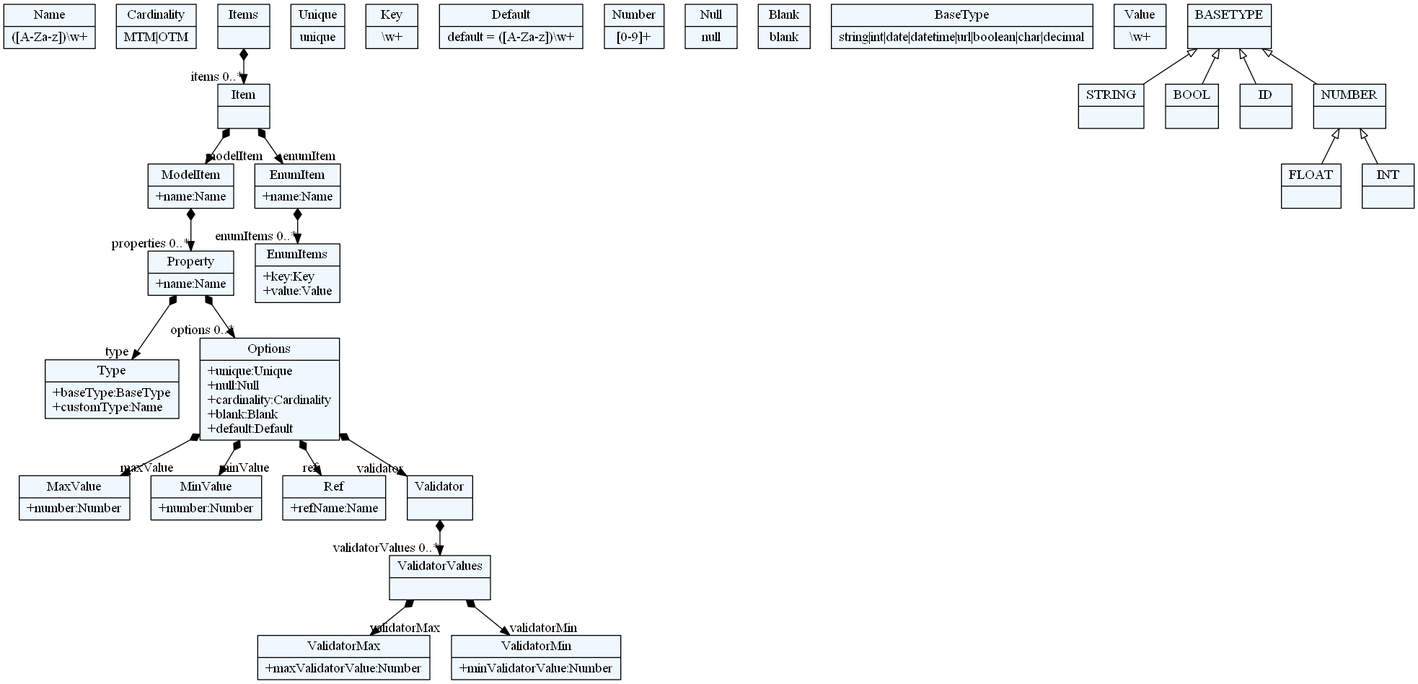
This is Generator/test_meta.png from sergiosuperstar/FTN-MBRS, a Graphviz export, as it was before one commit. Its source is kept beside it as Generator/test_meta.dot. Source of this version:
```dot
    digraph xtext {
    fontname = "Bitstream Vera Sans"
    fontsize = 8
    node[
        shape=record,
        style=filled,
        fillcolor=aliceblue
    ]
    nodesep = 0.3
    edge[dir=black,arrowtail=empty]


60064688[ label="{Name|([A-Za-z])\\w+}"]

60065584[ label="{Cardinality|MTM\|OTM}"]

59857136 -> 60039664[arrowtail=diamond, dir=both, headlabel="properties 0..*"]
59857136[ label="{ModelItem|+name:Name\l}"]

60040112[ label="{Type|+baseType:BaseType\l+customType:Name\l}"]

60039664 -> 60040112[arrowtail=diamond, dir=both, headlabel="type "]
60039664 -> 60041008[arrowtail=diamond, dir=both, headlabel="options 0..*"]
60039664[ label="{Property|+name:Name\l}"]

59856240 -> 59856688[arrowtail=diamond, dir=both, headlabel="items 0..*"]
59856240[ label="{Items|}"]

60041456[ label="{Unique|unique}"]

60041008 -> 60042800[arrowtail=diamond, dir=both, headlabel="maxValue "]
60041008 -> 60063792[arrowtail=diamond, dir=both, headlabel="minValue "]
60041008 -> 60065136[arrowtail=diamond, dir=both, headlabel="ref "]
60041008 -> 60066032[arrowtail=diamond, dir=both, headlabel="validator "]
60041008[ label="{Options|+unique:Unique\l+null:Null\l+cardinality:Cardinality\l+blank:Blank\l+default:Default\l}"]

60066480 -> 60066928[arrowtail=diamond, dir=both, headlabel="validatorMax "]
60066480 -> 60067376[arrowtail=diamond, dir=both, headlabel="validatorMin "]
60066480[ label="{ValidatorValues|}"]

59858480[ label="{Key|\\w+}"]

60080176[ label="{Default|default = ([A-Za-z])\\w+}"]

59858032[ label="{EnumItems|+key:Key\l+value:Value\l}"]

60065136[ label="{Ref|+refName:Name\l}"]

60064240[ label="{Number|[0-9]+}"]

60066032 -> 60066480[arrowtail=diamond, dir=both, headlabel="validatorValues 0..*"]
60066032[ label="{Validator|}"]

60041904[ label="{Null|null}"]

60042352[ label="{Blank|blank}"]

60040560[ label="{BaseType|string\|int\|date\|datetime\|url\|boolean\|char\|decimal}"]

59856688 -> 59857136[arrowtail=diamond, dir=both, headlabel="modelItem "]
59856688 -> 59857584[arrowtail=diamond, dir=both, headlabel="enumItem "]
59856688[ label="{Item|}"]

59857584 -> 59858032[arrowtail=diamond, dir=both, headlabel="enumItems 0..*"]
59857584[ label="{EnumItem|+name:Name\l}"]

60039216[ label="{Value|\\w+}"]

60066928[ label="{ValidatorMax|+maxValidatorValue:Number\l}"]

60067376[ label="{ValidatorMin|+minValidatorValue:Number\l}"]

60063792[ label="{MinValue|+number:Number\l}"]

60042800[ label="{MaxValue|+number:Number\l}"]

59849392[ label="{STRING|}"]

59854896[ label="{FLOAT|}"]

59849840[ label="{BOOL|}"]

59850288[ label="{INT|}"]

59848944[ label="{ID|}"]

59855792[ label="{BASETYPE|}"]
59855792 -> 59855344 [dir=back]
59855792 -> 59849840 [dir=back]
59855792 -> 59848944 [dir=back]
59855792 -> 59849392 [dir=back]

59855344[ label="{NUMBER|}"]
59855344 -> 59854896 [dir=back]
59855344 -> 59850288 [dir=back]


}
```
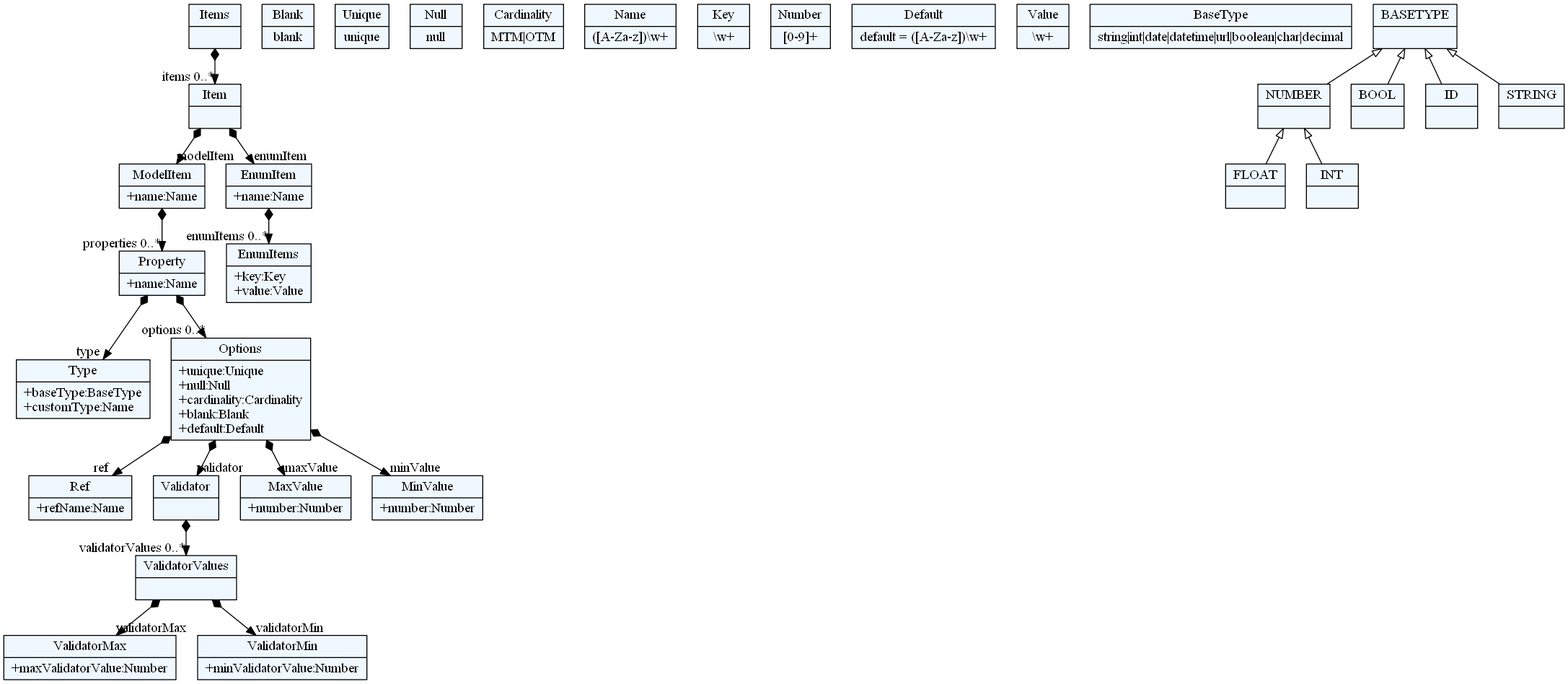
After the change.

What changed in the source:
```diff
@@ -10,89 +10,89 @@
     edge[dir=black,arrowtail=empty]
 
 
-60064688[ label="{Name|([A-Za-z])\\w+}"]
+56311856 -> 56314096[arrowtail=diamond, dir=both, headlabel="properties 0..*"]
+56311856[ label="{ModelItem|+name:Name\l}"]
 
-60065584[ label="{Cardinality|MTM\|OTM}"]
+56314096 -> 56314544[arrowtail=diamond, dir=both, headlabel="type "]
+56314096 -> 56315440[arrowtail=diamond, dir=both, headlabel="options 0..*"]
+56314096[ label="{Property|+name:Name\l}"]
 
-59857136 -> 60039664[arrowtail=diamond, dir=both, headlabel="properties 0..*"]
-59857136[ label="{ModelItem|+name:Name\l}"]
+56333232[ label="{Blank|blank}"]
 
-60040112[ label="{Type|+baseType:BaseType\l+customType:Name\l}"]
+56029232 -> 56311856[arrowtail=diamond, dir=both, headlabel="modelItem "]
+56029232 -> 56312304[arrowtail=diamond, dir=both, headlabel="enumItem "]
+56029232[ label="{Item|}"]
 
-60039664 -> 60040112[arrowtail=diamond, dir=both, headlabel="type "]
-60039664 -> 60041008[arrowtail=diamond, dir=both, headlabel="options 0..*"]
-60039664[ label="{Property|+name:Name\l}"]
+56332336[ label="{Unique|unique}"]
 
-59856240 -> 59856688[arrowtail=diamond, dir=both, headlabel="items 0..*"]
-59856240[ label="{Items|}"]
+56332784[ label="{Null|null}"]
 
-60041456[ label="{Unique|unique}"]
+56335472[ label="{Ref|+refName:Name\l}"]
 
-60041008 -> 60042800[arrowtail=diamond, dir=both, headlabel="maxValue "]
-60041008 -> 60063792[arrowtail=diamond, dir=both, headlabel="minValue "]
-60041008 -> 60065136[arrowtail=diamond, dir=both, headlabel="ref "]
-60041008 -> 60066032[arrowtail=diamond, dir=both, headlabel="validator "]
-60041008[ label="{Options|+unique:Unique\l+null:Null\l+cardinality:Cardinality\l+blank:Blank\l+default:Default\l}"]
+56344624 -> 56345072[arrowtail=diamond, dir=both, headlabel="validatorValues 0..*"]
+56344624[ label="{Validator|}"]
 
-60066480 -> 60066928[arrowtail=diamond, dir=both, headlabel="validatorMax "]
-60066480 -> 60067376[arrowtail=diamond, dir=both, headlabel="validatorMin "]
-60066480[ label="{ValidatorValues|}"]
+56315440 -> 56333680[arrowtail=diamond, dir=both, headlabel="maxValue "]
+56315440 -> 56334128[arrowtail=diamond, dir=both, headlabel="minValue "]
+56315440 -> 56335472[arrowtail=diamond, dir=both, headlabel="ref "]
+56315440 -> 56344624[arrowtail=diamond, dir=both, headlabel="validator "]
+56315440[ label="{Options|+unique:Unique\l+null:Null\l+cardinality:Cardinality\l+blank:Blank\l+default:Default\l}"]
 
-59858480[ label="{Key|\\w+}"]
+56312304 -> 56312752[arrowtail=diamond, dir=both, headlabel="enumItems 0..*"]
+56312304[ label="{EnumItem|+name:Name\l}"]
 
-60080176[ label="{Default|default = ([A-Za-z])\\w+}"]
+56030576 -> 56029232[arrowtail=diamond, dir=both, headlabel="items 0..*"]
+56030576[ label="{Items|}"]
 
-59858032[ label="{EnumItems|+key:Key\l+value:Value\l}"]
+56335920[ label="{Cardinality|MTM\|OTM}"]
 
-60065136[ label="{Ref|+refName:Name\l}"]
+56312752[ label="{EnumItems|+key:Key\l+value:Value\l}"]
 
-60064240[ label="{Number|[0-9]+}"]
+56345072 -> 56345520[arrowtail=diamond, dir=both, headlabel="validatorMax "]
+56345072 -> 56345968[arrowtail=diamond, dir=both, headlabel="validatorMin "]
+56345072[ label="{ValidatorValues|}"]
 
-60066032 -> 60066480[arrowtail=diamond, dir=both, headlabel="validatorValues 0..*"]
-60066032[ label="{Validator|}"]
+56335024[ label="{Name|([A-Za-z])\\w+}"]
 
-60041904[ label="{Null|null}"]
+56334128[ label="{MinValue|+number:Number\l}"]
 
-60042352[ label="{Blank|blank}"]
+56313200[ label="{Key|\\w+}"]
 
-60040560[ label="{BaseType|string\|int\|date\|datetime\|url\|boolean\|char\|decimal}"]
+56314544[ label="{Type|+baseType:BaseType\l+customType:Name\l}"]
 
-59856688 -> 59857136[arrowtail=diamond, dir=both, headlabel="modelItem "]
-59856688 -> 59857584[arrowtail=diamond, dir=both, headlabel="enumItem "]
-59856688[ label="{Item|}"]
+56334576[ label="{Number|[0-9]+}"]
 
-59857584 -> 59858032[arrowtail=diamond, dir=both, headlabel="enumItems 0..*"]
-59857584[ label="{EnumItem|+name:Name\l}"]
+56346416[ label="{Default|default = ([A-Za-z])\\w+}"]
 
-60039216[ label="{Value|\\w+}"]
+56313648[ label="{Value|\\w+}"]
 
-60066928[ label="{ValidatorMax|+maxValidatorValue:Number\l}"]
+56333680[ label="{MaxValue|+number:Number\l}"]
 
-60067376[ label="{ValidatorMin|+minValidatorValue:Number\l}"]
+56345520[ label="{ValidatorMax|+maxValidatorValue:Number\l}"]
 
-60063792[ label="{MinValue|+number:Number\l}"]
+56314992[ label="{BaseType|string\|int\|date\|datetime\|url\|boolean\|char\|decimal}"]
 
-60042800[ label="{MaxValue|+number:Number\l}"]
+56345968[ label="{ValidatorMin|+minValidatorValue:Number\l}"]
 
-59849392[ label="{STRING|}"]
+56130672[ label="{NUMBER|}"]
+56130672 -> 56130224 [dir=back]
+56130672 -> 56129776 [dir=back]
 
-59854896[ label="{FLOAT|}"]
+56131120[ label="{BASETYPE|}"]
+56131120 -> 56130672 [dir=back]
+56131120 -> 56129328 [dir=back]
+56131120 -> 56128432 [dir=back]
+56131120 -> 56128880 [dir=back]
 
-59849840[ label="{BOOL|}"]
+56128880[ label="{STRING|}"]
 
-59850288[ label="{INT|}"]
+56128432[ label="{ID|}"]
 
-59848944[ label="{ID|}"]
+56129776[ label="{INT|}"]
 
-59855792[ label="{BASETYPE|}"]
-59855792 -> 59855344 [dir=back]
-59855792 -> 59849840 [dir=back]
-59855792 -> 59848944 [dir=back]
-59855792 -> 59849392 [dir=back]
+56129328[ label="{BOOL|}"]
 
-59855344[ label="{NUMBER|}"]
-59855344 -> 59854896 [dir=back]
-59855344 -> 59850288 [dir=back]
+56130224[ label="{FLOAT|}"]
 
 
 }
```
